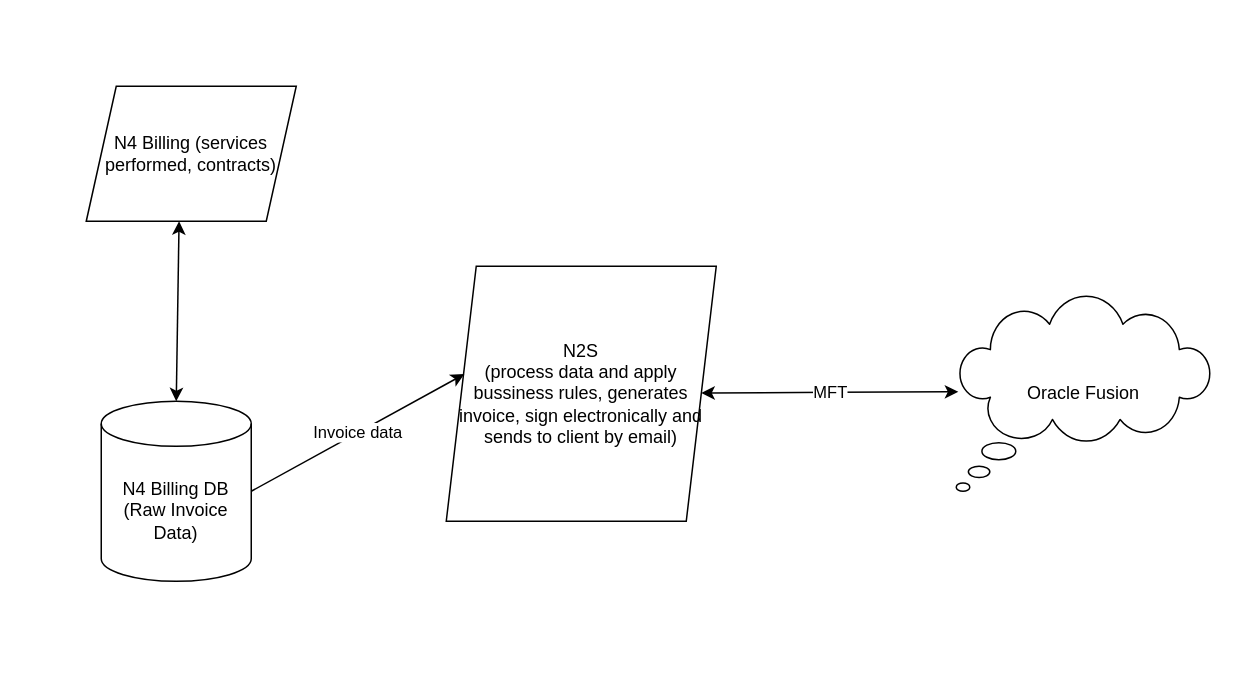
This is N4Billing_Process.drawio from emanuelanechei/BioRhythm, a draw.io file, before an edit. Source tidied: cells renumbered, new cells numbered last; positions are measured from the earlier drawing's top-left corner, leaving out a move shared by most shapes. Both pictures are drawn from the tidied source at 150%, with x=0, y=0 at pixel (86, 86).
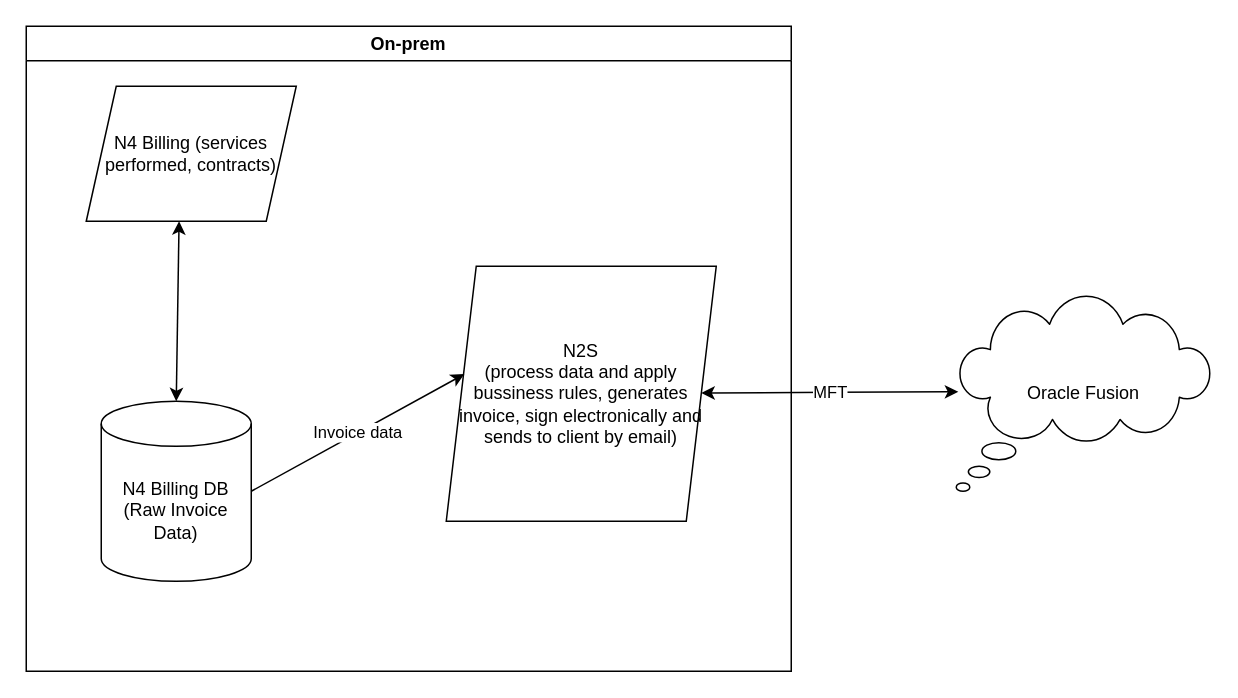
After the change.

What changed in the source:
```diff
@@
 <mxGraphModel>
   <root>
     <mxCell id="0" />
     <mxCell id="1" parent="0" />
     <mxCell id="2" value="N4 Billing (services performed, contracts)" style="shape=parallelogram;perimeter=parallelogramPerimeter;whiteSpace=wrap;html=1;fixedSize=1;" parent="1" vertex="1">
       <mxGeometry width="140" height="90" as="geometry" />
     </mxCell>
     <mxCell id="3" value="N4 Billing DB&lt;br&gt;(Raw Invoice Data)" style="shape=cylinder3;whiteSpace=wrap;html=1;boundedLbl=1;backgroundOutline=1;size=15;" parent="1" vertex="1">
       <mxGeometry x="10" y="210" width="100" height="120" as="geometry" />
     </mxCell>
     <mxCell id="4" style="endArrow=classic;html=1;rounded=0;exitX=0.442;exitY=1;exitDx=0;exitDy=0;exitPerimeter=0;entryX=0.5;entryY=0;entryDx=0;entryDy=0;entryPerimeter=0;startArrow=classic;startFill=1;strokeWidth=1;" parent="1" edge="1" source="2" target="3">
       <mxGeometry relative="1" as="geometry" />
     </mxCell>
     <mxCell id="5" value="N2S&lt;br&gt;(process data and apply bussiness rules, generates invoice, sign electronically and sends to client by email)" style="shape=parallelogram;perimeter=parallelogramPerimeter;whiteSpace=wrap;html=1;fixedSize=1;" parent="1" vertex="1">
       <mxGeometry x="240" y="120" width="180" height="170" as="geometry" />
     </mxCell>
     <mxCell id="6" value="Invoice data" style="endArrow=classic;html=1;rounded=0;strokeWidth=1;exitX=1;exitY=0.5;exitDx=0;exitDy=0;exitPerimeter=0;entryX=0.067;entryY=0.423;entryDx=0;entryDy=0;entryPerimeter=0;" parent="1" edge="1" source="3" target="5">
       <mxGeometry relative="1" as="geometry" />
     </mxCell>
     <mxCell id="7" value="Oracle Fusion" style="whiteSpace=wrap;html=1;shape=mxgraph.basic.cloud_callout;" parent="1" vertex="1">
       <mxGeometry x="580" y="140" width="170" height="130" as="geometry" />
     </mxCell>
+    <mxCell id="9" value="On-prem" style="swimlane;" parent="1" vertex="1">
+      <mxGeometry x="-40" y="-40" width="510" height="430" as="geometry" />
+    </mxCell>
     <mxCell id="8" value="MFT" style="endArrow=classic;html=1;rounded=0;strokeWidth=1;entryX=0.008;entryY=0.49;entryDx=0;entryDy=0;entryPerimeter=0;startArrow=classic;startFill=1;" parent="1" edge="1" source="5" target="7">
       <mxGeometry relative="1" as="geometry">
         <Array as="points">
           <mxPoint x="500" y="204" />
         </Array>
       </mxGeometry>
     </mxCell>
   </root>
 </mxGraphModel>
```
